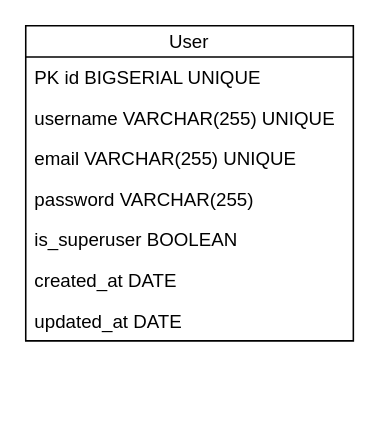
The draw.io diagram Diagrama.dio in gabrielfmaranhao/Crud-python-x-Node.js, before the edit. Source tidied: cells renumbered, new cells numbered last; positions are measured from the earlier drawing's top-left corner, leaving out a move shared by most shapes. Both pictures are drawn from the tidied source at 156%, with x=0, y=0 at pixel (25, 25).
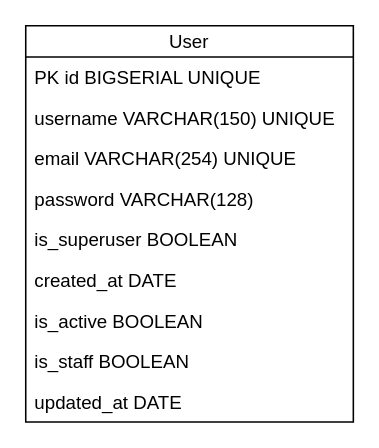
The same page after the edit.

Change to the diagram source:
```diff
@@
 <mxGraphModel>
   <root>
     <mxCell id="0" />
     <mxCell id="1" parent="0" />
     <mxCell id="2" value="User" style="swimlane;fontStyle=0;horizontal=1;startSize=20;fillColor=none;rounded=0;shadow=0;glass=0;sketch=0;" parent="1" vertex="1">
-      <mxGeometry width="210" height="202" as="geometry" />
+      <mxGeometry width="210" height="254" as="geometry" />
     </mxCell>
     <mxCell id="3" value="PK id BIGSERIAL UNIQUE" style="text;strokeColor=none;fillColor=none;align=left;verticalAlign=top;spacingLeft=4;spacingRight=4;overflow=hidden;rounded=0;shadow=0;glass=0;sketch=0;" parent="2" vertex="1">
       <mxGeometry y="20" width="210" height="26" as="geometry" />
     </mxCell>
-    <mxCell id="4" value="username VARCHAR(255) UNIQUE" style="text;strokeColor=none;fillColor=none;align=left;verticalAlign=top;spacingLeft=4;spacingRight=4;overflow=hidden;rounded=0;shadow=0;glass=0;sketch=0;" parent="2" vertex="1">
+    <mxCell id="4" value="username VARCHAR(150) UNIQUE" style="text;strokeColor=none;fillColor=none;align=left;verticalAlign=top;spacingLeft=4;spacingRight=4;overflow=hidden;rounded=0;shadow=0;glass=0;sketch=0;" parent="2" vertex="1">
       <mxGeometry y="46" width="210" height="26" as="geometry" />
     </mxCell>
-    <mxCell id="5" value="email VARCHAR(255) UNIQUE" style="text;strokeColor=none;fillColor=none;align=left;verticalAlign=top;spacingLeft=4;spacingRight=4;overflow=hidden;rounded=0;shadow=0;glass=0;sketch=0;" parent="2" vertex="1">
+    <mxCell id="5" value="email VARCHAR(254) UNIQUE" style="text;strokeColor=none;fillColor=none;align=left;verticalAlign=top;spacingLeft=4;spacingRight=4;overflow=hidden;rounded=0;shadow=0;glass=0;sketch=0;" parent="2" vertex="1">
       <mxGeometry y="72" width="210" height="26" as="geometry" />
     </mxCell>
-    <mxCell id="6" value="password VARCHAR(255)" style="text;strokeColor=none;fillColor=none;align=left;verticalAlign=top;spacingLeft=4;spacingRight=4;overflow=hidden;rounded=0;shadow=0;glass=0;sketch=0;" parent="2" vertex="1">
+    <mxCell id="6" value="password VARCHAR(128)" style="text;strokeColor=none;fillColor=none;align=left;verticalAlign=top;spacingLeft=4;spacingRight=4;overflow=hidden;rounded=0;shadow=0;glass=0;sketch=0;" parent="2" vertex="1">
       <mxGeometry y="98" width="210" height="26" as="geometry" />
     </mxCell>
     <mxCell id="7" value="is_superuser BOOLEAN" style="text;strokeColor=none;fillColor=none;align=left;verticalAlign=top;spacingLeft=4;spacingRight=4;overflow=hidden;rounded=0;shadow=0;glass=0;sketch=0;" parent="2" vertex="1">
       <mxGeometry y="124" width="210" height="26" as="geometry" />
     </mxCell>
     <mxCell id="8" value="created_at DATE" style="text;strokeColor=none;fillColor=none;align=left;verticalAlign=top;spacingLeft=4;spacingRight=4;overflow=hidden;rounded=0;shadow=0;glass=0;sketch=0;" parent="2" vertex="1">
       <mxGeometry y="150" width="210" height="26" as="geometry" />
     </mxCell>
+    <mxCell id="10" value="is_active BOOLEAN" style="text;strokeColor=none;fillColor=none;align=left;verticalAlign=top;spacingLeft=4;spacingRight=4;overflow=hidden;rounded=0;shadow=0;glass=0;sketch=0;" parent="2" vertex="1">
+      <mxGeometry y="176" width="210" height="26" as="geometry" />
+    </mxCell>
+    <mxCell id="11" value="is_staff BOOLEAN " style="text;strokeColor=none;fillColor=none;align=left;verticalAlign=top;spacingLeft=4;spacingRight=4;overflow=hidden;rounded=0;shadow=0;glass=0;sketch=0;" parent="2" vertex="1">
+      <mxGeometry y="202" width="210" height="26" as="geometry" />
+    </mxCell>
     <mxCell id="9" value="updated_at DATE" style="text;strokeColor=none;fillColor=none;align=left;verticalAlign=top;spacingLeft=4;spacingRight=4;overflow=hidden;rounded=0;shadow=0;glass=0;sketch=0;" parent="2" vertex="1">
-      <mxGeometry y="176" width="210" height="26" as="geometry" />
+      <mxGeometry y="228" width="210" height="26" as="geometry" />
     </mxCell>
   </root>
 </mxGraphModel>
```
